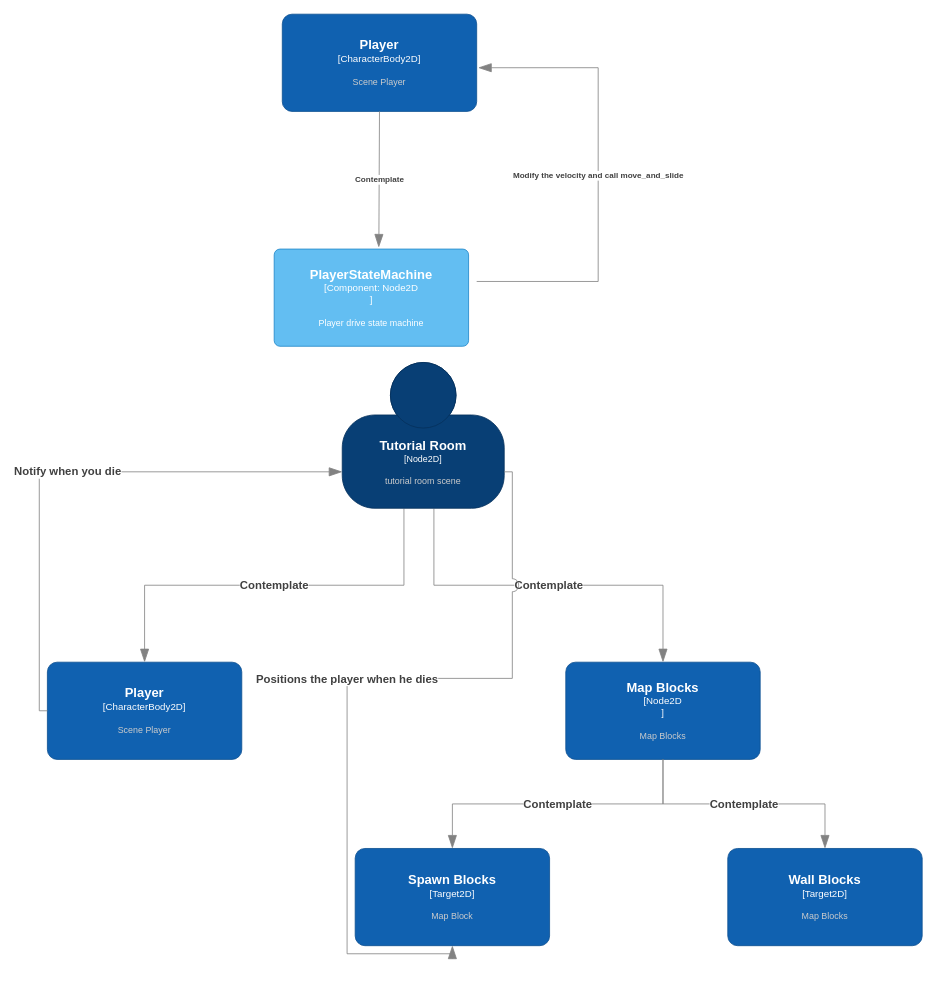
This is doc/modelagem/Exemplo Godot + C4.drawio from Boyquotes/Reckoning, a draw.io file, before an edit. Source tidied: cells renumbered, new cells numbered last; positions are measured from the earlier drawing's top-left corner, leaving out a move shared by most shapes. Both pictures are drawn from the tidied source at 81%, with x=0, y=0 at pixel (47, 14).
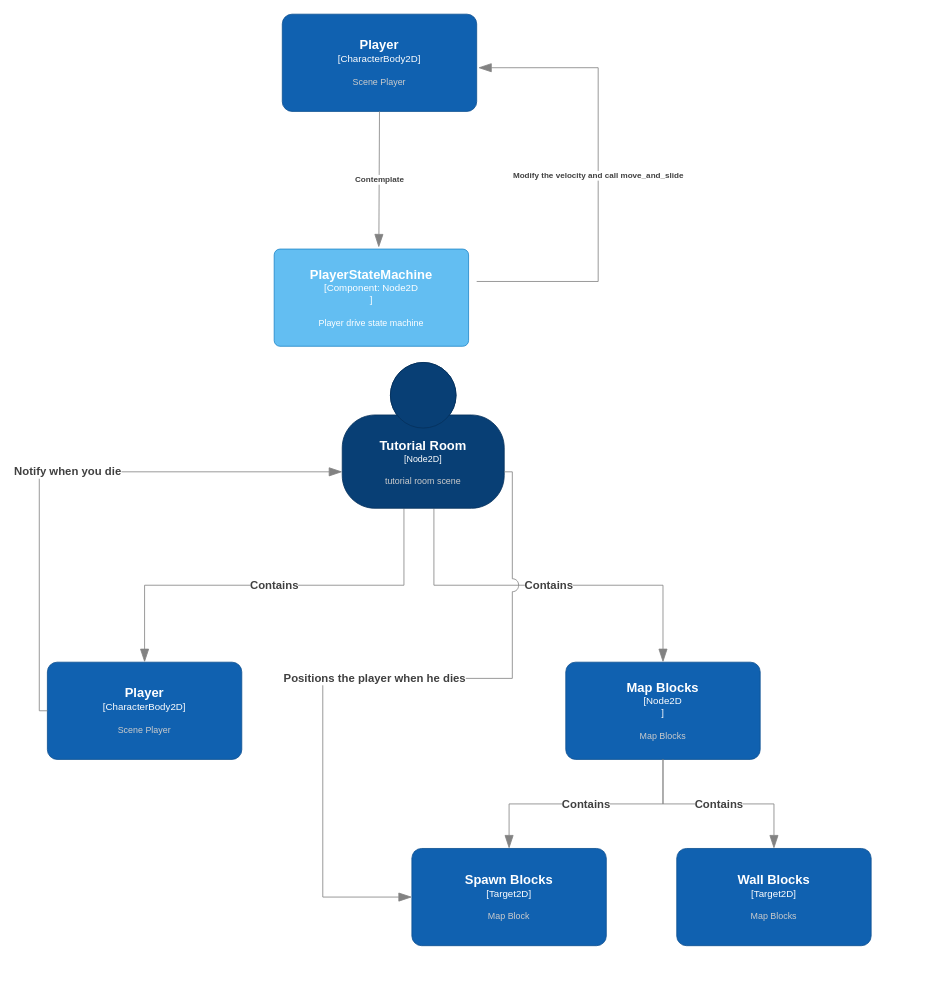
Above is the later version.

Unchanged cells that the change refers to:
```xml
<object id="6" label="&lt;font style=&quot;font-size: 16px&quot;&gt;&lt;b&gt;%c4Name%&lt;/b&gt;&lt;/font&gt;&lt;div&gt;[%c4Type%]&lt;/div&gt;&lt;br&gt;&lt;div&gt;&lt;font style=&quot;font-size: 11px&quot;&gt;&lt;font color=&quot;#cccccc&quot;&gt;%c4Description%&lt;/font&gt;&lt;/div&gt;" c4Description="Scene Player" c4Name="Player" c4Type="CharacterBody2D" placeholders="1">
  <mxCell style="rounded=1;whiteSpace=wrap;html=1;labelBackgroundColor=none;fillColor=#1061B0;fontColor=#ffffff;align=center;arcSize=10;strokeColor=#0D5091;points=[[0.25,0,0],[0.5,0,0],[0.75,0,0],[1,0.25,0],[1,0.5,0],[1,0.75,0],[0.75,1,0],[0.5,1,0],[0.25,1,0],[0,0.75,0],[0,0.5,0],[0,0.25,0]];" parent="1" vertex="1">
    <mxGeometry y="800" width="240" height="120" as="geometry" />
  </mxCell>
</object>
<object id="7" label="&lt;font style=&quot;font-size: 16px&quot;&gt;&lt;b&gt;%c4Name%&lt;/b&gt;&lt;/font&gt;&lt;div&gt;[%c4Type%]&lt;/div&gt;&lt;br&gt;&lt;div&gt;&lt;font style=&quot;font-size: 11px&quot;&gt;&lt;font color=&quot;#cccccc&quot;&gt;%c4Description%&lt;/font&gt;&lt;/div&gt;" c4Description="Map Blocks" c4Name="Map Blocks" c4Type="Node2D&#10;" placeholders="1">
  <mxCell style="rounded=1;whiteSpace=wrap;html=1;labelBackgroundColor=none;fillColor=#1061B0;fontColor=#ffffff;align=center;arcSize=10;strokeColor=#0D5091;points=[[0.25,0,0],[0.5,0,0],[0.75,0,0],[1,0.25,0],[1,0.5,0],[1,0.75,0],[0.75,1,0],[0.5,1,0],[0.25,1,0],[0,0.75,0],[0,0.5,0],[0,0.25,0]];" parent="1" vertex="1">
    <mxGeometry x="640" y="800" width="240" height="120" as="geometry" />
  </mxCell>
</object>
<object id="13" label="&lt;font style=&quot;font-size: 16px&quot;&gt;&lt;b&gt;%c4Name%&lt;/b&gt;&lt;/font&gt;&lt;div&gt;[%c4Type%]&lt;/div&gt;&lt;br&gt;&lt;div&gt;&lt;font style=&quot;font-size: 11px&quot;&gt;&lt;font color=&quot;#cccccc&quot;&gt;%c4Description%&lt;/font&gt;&lt;/div&gt;" c4Description="tutorial room scene" c4Name="Tutorial Room" c4Type="Node2D" placeholders="1">
  <mxCell style="html=1;fontSize=11;dashed=0;whiteSpace=wrap;fillColor=#083F75;strokeColor=#06315C;fontColor=#ffffff;shape=mxgraph.c4.person2;align=center;points=[[0.5,0,0],[1,0.5,0],[1,0.75,0],[0.75,1,0],[0.5,1,0],[0.25,1,0],[0,0.75,0],[0,0.5,0]];" parent="1" vertex="1">
    <mxGeometry x="364" y="430" width="200" height="180" as="geometry" />
  </mxCell>
</object>
```

The edit, as a diff of the source:
```diff
@@
     <object id="8" label="&lt;font style=&quot;font-size: 16px&quot;&gt;&lt;b&gt;%c4Name%&lt;/b&gt;&lt;/font&gt;&lt;div&gt;[%c4Type%]&lt;/div&gt;&lt;br&gt;&lt;div&gt;&lt;font style=&quot;font-size: 11px&quot;&gt;&lt;font color=&quot;#cccccc&quot;&gt;%c4Description%&lt;/font&gt;&lt;/div&gt;" c4Description="Map Block" c4Name="Spawn Blocks" c4Type="Target2D" placeholders="1">
       <mxCell style="rounded=1;whiteSpace=wrap;html=1;labelBackgroundColor=none;fillColor=#1061B0;fontColor=#ffffff;align=center;arcSize=10;strokeColor=#0D5091;points=[[0.25,0,0],[0.5,0,0],[0.75,0,0],[1,0.25,0],[1,0.5,0],[1,0.75,0],[0.75,1,0],[0.5,1,0],[0.25,1,0],[0,0.75,0],[0,0.5,0],[0,0.25,0]];" parent="1" vertex="1">
-        <mxGeometry x="380" y="1030" width="240" height="120" as="geometry" />
+        <mxGeometry x="450" y="1030" width="240" height="120" as="geometry" />
       </mxCell>
     </object>
-    <object id="9" label="&lt;div style=&quot;text-align: left; font-size: 14px;&quot;&gt;&lt;div style=&quot;text-align: center; font-size: 14px;&quot;&gt;&lt;b style=&quot;font-size: 14px;&quot;&gt;%c4Description%&lt;/b&gt;&lt;/div&gt;&lt;/div&gt;" c4Description="Contemplate" placeholders="1">
+    <object id="9" label="&lt;div style=&quot;text-align: left; font-size: 14px;&quot;&gt;&lt;div style=&quot;text-align: center; font-size: 14px;&quot;&gt;&lt;b style=&quot;font-size: 14px;&quot;&gt;%c4Description%&lt;/b&gt;&lt;/div&gt;&lt;/div&gt;" c4Description="Contains" placeholders="1">
       <mxCell style="endArrow=blockThin;html=1;fontSize=14;fontColor=#404040;strokeWidth=1;endFill=1;strokeColor=#828282;elbow=vertical;endSize=14;startSize=14;jumpStyle=arc;jumpSize=16;rounded=0;edgeStyle=orthogonalEdgeStyle;exitX=0.381;exitY=1.002;exitDx=0;exitDy=0;exitPerimeter=0;entryX=0.5;entryY=0;entryDx=0;entryDy=0;entryPerimeter=0;" parent="1" edge="1" source="13" target="6">
         <mxGeometry relative="1" as="geometry" />
       </mxCell>
     </object>
-    <object id="10" label="&lt;div style=&quot;text-align: left; font-size: 14px;&quot;&gt;&lt;div style=&quot;text-align: center; font-size: 14px;&quot;&gt;&lt;b style=&quot;font-size: 14px;&quot;&gt;%c4Description%&lt;/b&gt;&lt;/div&gt;&lt;/div&gt;" c4Description="Contemplate" placeholders="1">
+    <object id="10" label="&lt;div style=&quot;text-align: left; font-size: 14px;&quot;&gt;&lt;div style=&quot;text-align: center; font-size: 14px;&quot;&gt;&lt;b style=&quot;font-size: 14px;&quot;&gt;%c4Description%&lt;/b&gt;&lt;/div&gt;&lt;/div&gt;" c4Description="Contains" placeholders="1">
       <mxCell style="endArrow=blockThin;html=1;fontSize=14;fontColor=#404040;strokeWidth=1;endFill=1;strokeColor=#828282;elbow=vertical;endSize=14;startSize=14;jumpStyle=arc;jumpSize=16;rounded=0;edgeStyle=orthogonalEdgeStyle;exitX=0.566;exitY=1.002;exitDx=0;exitDy=0;exitPerimeter=0;entryX=0.5;entryY=0;entryDx=0;entryDy=0;entryPerimeter=0;" parent="1" edge="1" source="13" target="7">
         <mxGeometry relative="1" as="geometry" />
       </mxCell>
     </object>
-    <object id="11" label="&lt;div style=&quot;text-align: left; font-size: 14px;&quot;&gt;&lt;div style=&quot;text-align: center; font-size: 14px;&quot;&gt;&lt;b style=&quot;font-size: 14px;&quot;&gt;%c4Description%&lt;/b&gt;&lt;/div&gt;&lt;/div&gt;" c4Description="Contemplate" placeholders="1">
+    <object id="11" label="&lt;div style=&quot;text-align: left; font-size: 14px;&quot;&gt;&lt;div style=&quot;text-align: center; font-size: 14px;&quot;&gt;&lt;b style=&quot;font-size: 14px;&quot;&gt;%c4Description%&lt;/b&gt;&lt;/div&gt;&lt;/div&gt;" c4Description="Contains" placeholders="1">
       <mxCell style="endArrow=blockThin;html=1;fontSize=14;fontColor=#404040;strokeWidth=1;endFill=1;strokeColor=#828282;elbow=vertical;endSize=14;startSize=14;jumpStyle=arc;jumpSize=16;rounded=0;edgeStyle=orthogonalEdgeStyle;exitX=0.5;exitY=1;exitDx=0;exitDy=0;exitPerimeter=0;entryX=0.5;entryY=0;entryDx=0;entryDy=0;entryPerimeter=0;" parent="1" edge="1" source="7" target="8">
         <mxGeometry relative="1" as="geometry" />
       </mxCell>
     </object>
@@
     <object id="14" label="&lt;font style=&quot;font-size: 16px&quot;&gt;&lt;b&gt;%c4Name%&lt;/b&gt;&lt;/font&gt;&lt;div&gt;[%c4Type%]&lt;/div&gt;&lt;br&gt;&lt;div&gt;&lt;font style=&quot;font-size: 11px&quot;&gt;&lt;font color=&quot;#cccccc&quot;&gt;%c4Description%&lt;/font&gt;&lt;/div&gt;" c4Description="Map Blocks" c4Name="Wall Blocks" c4Type="Target2D" placeholders="1">
       <mxCell style="rounded=1;whiteSpace=wrap;html=1;labelBackgroundColor=none;fillColor=#1061B0;fontColor=#ffffff;align=center;arcSize=10;strokeColor=#0D5091;points=[[0.25,0,0],[0.5,0,0],[0.75,0,0],[1,0.25,0],[1,0.5,0],[1,0.75,0],[0.75,1,0],[0.5,1,0],[0.25,1,0],[0,0.75,0],[0,0.5,0],[0,0.25,0]];" parent="1" vertex="1">
-        <mxGeometry x="840" y="1030" width="240" height="120" as="geometry" />
+        <mxGeometry x="777" y="1030" width="240" height="120" as="geometry" />
       </mxCell>
     </object>
     <object id="15" label="&lt;div style=&quot;text-align: left; font-size: 14px;&quot;&gt;&lt;div style=&quot;text-align: center; font-size: 14px;&quot;&gt;&lt;b style=&quot;font-size: 14px;&quot;&gt;%c4Description%&lt;/b&gt;&lt;/div&gt;&lt;/div&gt;" c4Description="Positions the player when he dies" placeholders="1">
-      <mxCell style="endArrow=blockThin;html=1;fontSize=14;fontColor=#404040;strokeWidth=1;endFill=1;strokeColor=#828282;elbow=vertical;endSize=14;startSize=14;jumpStyle=arc;jumpSize=16;rounded=0;edgeStyle=orthogonalEdgeStyle;exitX=1;exitY=0.75;exitDx=0;exitDy=0;exitPerimeter=0;entryX=0.5;entryY=1;entryDx=0;entryDy=0;entryPerimeter=0;" parent="1" edge="1" source="13" target="8">
-        <mxGeometry x="-0.01" relative="1" as="geometry" />
+      <mxCell style="endArrow=blockThin;html=1;fontSize=14;fontColor=#404040;strokeWidth=1;endFill=1;strokeColor=#828282;elbow=vertical;endSize=14;startSize=14;jumpStyle=arc;jumpSize=16;rounded=0;exitX=1;exitY=0.75;exitDx=0;exitDy=0;exitPerimeter=0;entryX=0;entryY=0.5;entryDx=0;entryDy=0;entryPerimeter=0;edgeStyle=orthogonalEdgeStyle;" parent="1" edge="1" source="13" target="8">
+        <mxGeometry x="-0.01" relative="1" as="geometry">
+          <Array as="points">
+            <mxPoint x="574" y="565" />
+            <mxPoint x="574" y="820" />
+            <mxPoint x="340" y="820" />
+            <mxPoint x="340" y="1090" />
+          </Array>
+        </mxGeometry>
       </mxCell>
     </object>
-    <object id="16" label="&lt;div style=&quot;text-align: left; font-size: 14px;&quot;&gt;&lt;div style=&quot;text-align: center; font-size: 14px;&quot;&gt;&lt;b style=&quot;font-size: 14px;&quot;&gt;%c4Description%&lt;/b&gt;&lt;/div&gt;&lt;/div&gt;" c4Description="Contemplate" placeholders="1">
+    <object id="16" label="&lt;div style=&quot;text-align: left; font-size: 14px;&quot;&gt;&lt;div style=&quot;text-align: center; font-size: 14px;&quot;&gt;&lt;b style=&quot;font-size: 14px;&quot;&gt;%c4Description%&lt;/b&gt;&lt;/div&gt;&lt;/div&gt;" c4Description="Contains" placeholders="1">
       <mxCell style="endArrow=blockThin;html=1;fontSize=14;fontColor=#404040;strokeWidth=1;endFill=1;strokeColor=#828282;elbow=vertical;endSize=14;startSize=14;jumpStyle=arc;jumpSize=16;rounded=0;edgeStyle=orthogonalEdgeStyle;exitX=0.5;exitY=1;exitDx=0;exitDy=0;exitPerimeter=0;entryX=0.5;entryY=0;entryDx=0;entryDy=0;entryPerimeter=0;" parent="1" edge="1" source="7" target="14">
         <mxGeometry relative="1" as="geometry" />
       </mxCell>
     </object>
```
